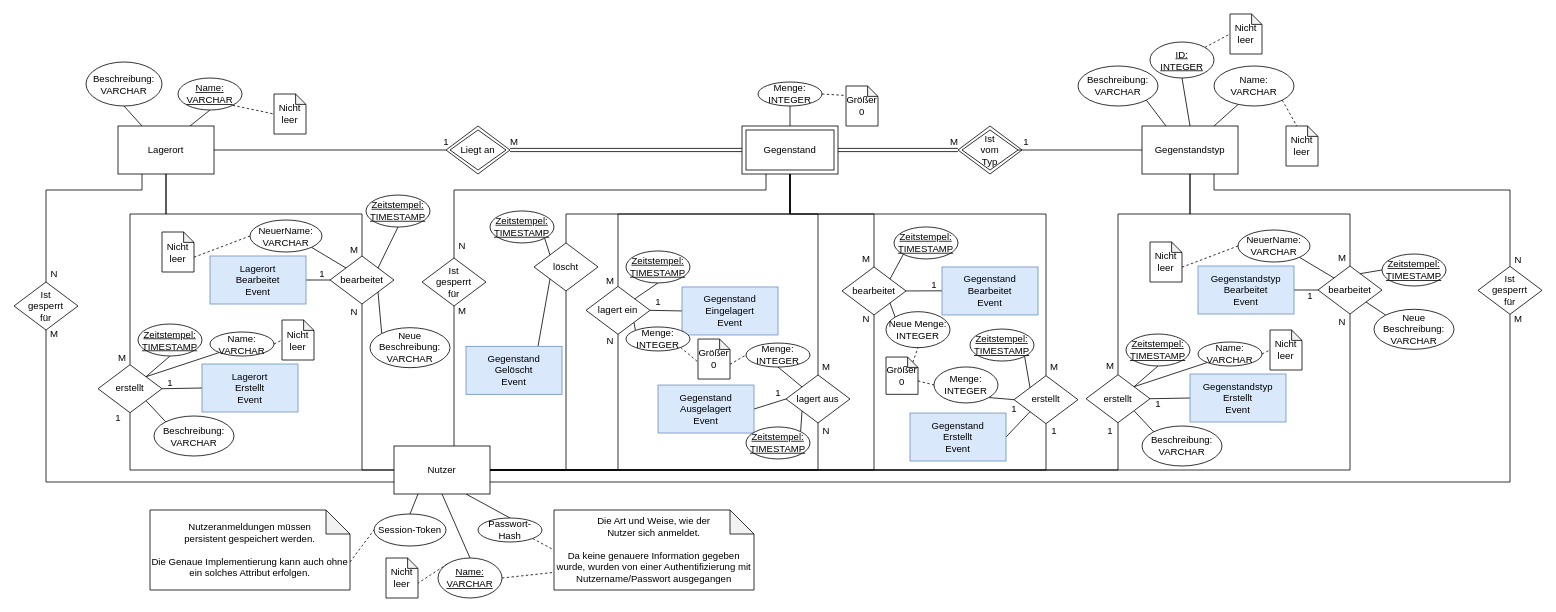
Earlier version of the draw.io diagram ArchitekturEntwurf Material/ERM_Konsolidierung_3.drawio (TINF18B5/SWE_TINF18B5_Timo_Klenk). Source tidied: cells renumbered, new cells numbered last; positions are measured from the earlier drawing's top-left corner, leaving out a move shared by most shapes. Both pictures are drawn from the tidied source at 80%, with x=0, y=0 at pixel (14, 14).
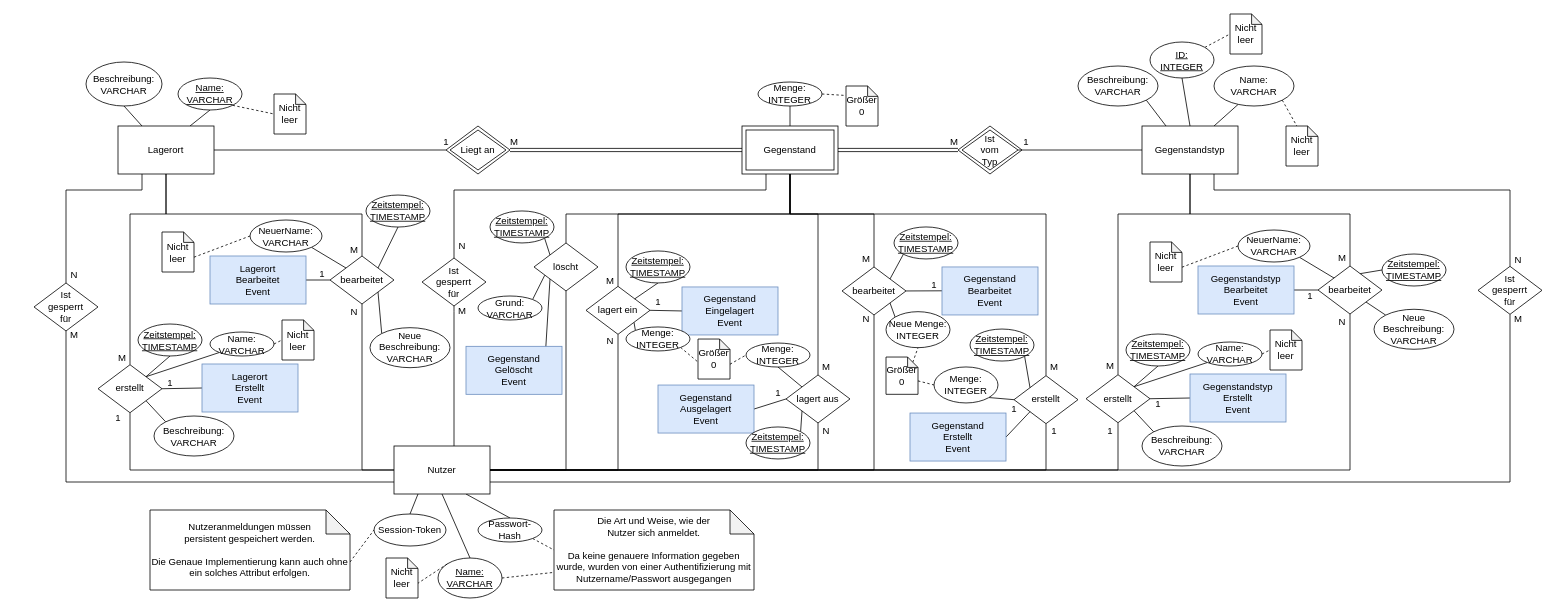
Above is the later version.

Unchanged cells that the change refers to:
```xml
<mxCell id="191" value="löscht" style="rhombus;whiteSpace=wrap;html=1;" parent="1" vertex="1">
  <mxGeometry x="650" y="286.2" width="80" height="60" as="geometry" />
</mxCell>
<mxCell id="194" value="Gegenstand&lt;br&gt;Gelöscht&lt;br&gt;Event" style="rounded=0;whiteSpace=wrap;html=1;fillColor=#dae8fc;strokeColor=#6c8ebf;" parent="1" vertex="1">
  <mxGeometry x="565" y="415.4" width="120" height="60" as="geometry" />
</mxCell>
```

What changed in the source:
```diff
@@
     <mxCell id="136" value="Ist&lt;br&gt;gesperrt&lt;br&gt;für" style="rhombus;whiteSpace=wrap;html=1;" parent="1" vertex="1">
-      <mxGeometry y="335" width="80" height="60" as="geometry" />
+      <mxGeometry x="25" y="336.2" width="80" height="60" as="geometry" />
     </mxCell>
@@
     <mxCell id="139" value="N" style="text;html=1;align=center;verticalAlign=middle;" parent="1" vertex="1">
-      <mxGeometry x="40" y="315" width="20" height="20" as="geometry" />
+      <mxGeometry x="65" y="316.2" width="20" height="20" as="geometry" />
     </mxCell>
@@
     <mxCell id="141" value="M" style="text;html=1;align=center;verticalAlign=middle;" parent="1" vertex="1">
-      <mxGeometry x="35" y="390" width="30" height="20" as="geometry" />
+      <mxGeometry x="60" y="391.2" width="30" height="20" as="geometry" />
     </mxCell>
@@
-    <mxCell id="190" style="edgeStyle=none;rounded=0;jettySize=auto;html=1;exitX=0;exitY=1;exitDx=0;exitDy=0;entryX=0.75;entryY=0;entryDx=0;entryDy=0;startArrow=none;startFill=0;endArrow=none;endFill=0;" parent="1" edge="1" source="191" target="194">
+    <mxCell id="190" style="edgeStyle=none;rounded=0;jettySize=auto;html=1;exitX=0;exitY=1;exitDx=0;exitDy=0;entryX=0.831;entryY=0.032;entryDx=0;entryDy=0;startArrow=none;startFill=0;endArrow=none;endFill=0;entryPerimeter=0;" parent="1" edge="1" source="191" target="194">
       <mxGeometry relative="1" as="geometry" />
     </mxCell>
@@
+    <mxCell id="195" style="rounded=0;jettySize=auto;html=1;exitX=1;exitY=0;exitDx=0;exitDy=0;entryX=0.167;entryY=0.674;entryDx=0;entryDy=0;entryPerimeter=0;endArrow=none;endFill=0;" parent="1" edge="1" source="196" target="191">
+      <mxGeometry relative="1" as="geometry" />
+    </mxCell>
+    <mxCell id="196" value="Grund: VARCHAR" style="ellipse;whiteSpace=wrap;html=1;" parent="1" vertex="1">
+      <mxGeometry x="580" y="352.5" width="80" height="30" as="geometry" />
+    </mxCell>
```
